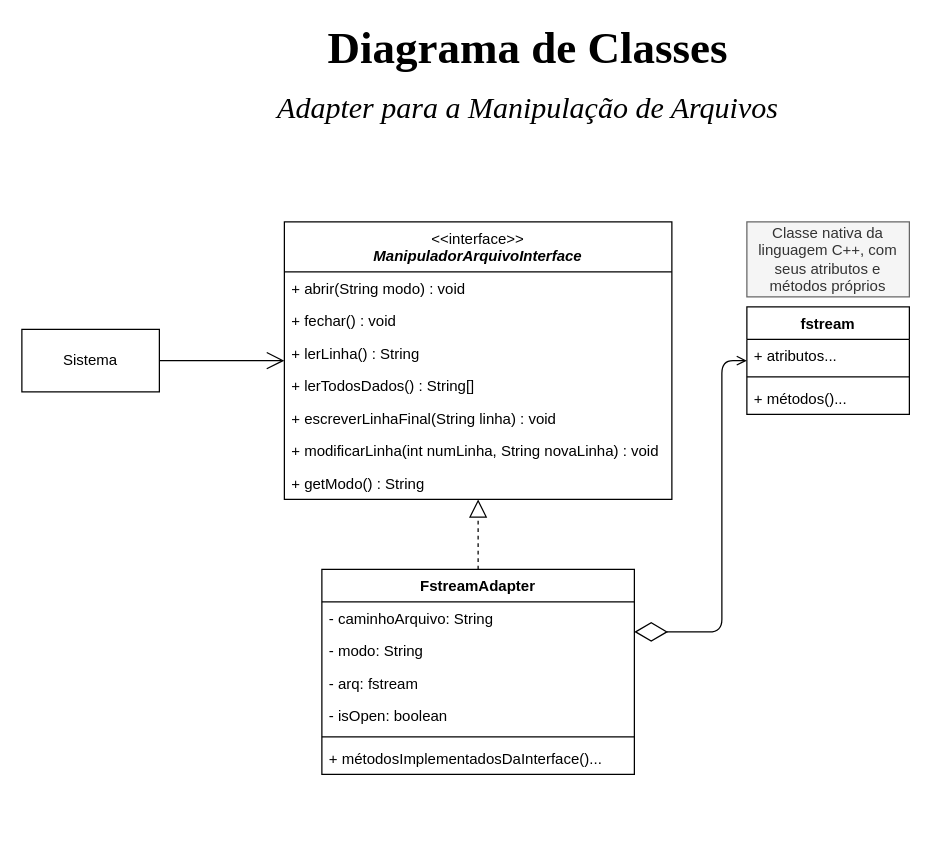
This is documents/diagramas/Classes-ManipuladorArquivo-Adapter.drawio from V1torMiranda/ifpb-biblioteca-comunitaria, a draw.io file, before an edit. Source tidied: cells renumbered, new cells numbered last; positions are measured from the earlier drawing's top-left corner, leaving out a move shared by most shapes. Both pictures are drawn from the tidied source at 125%, with x=0, y=0 at pixel (21, 31).
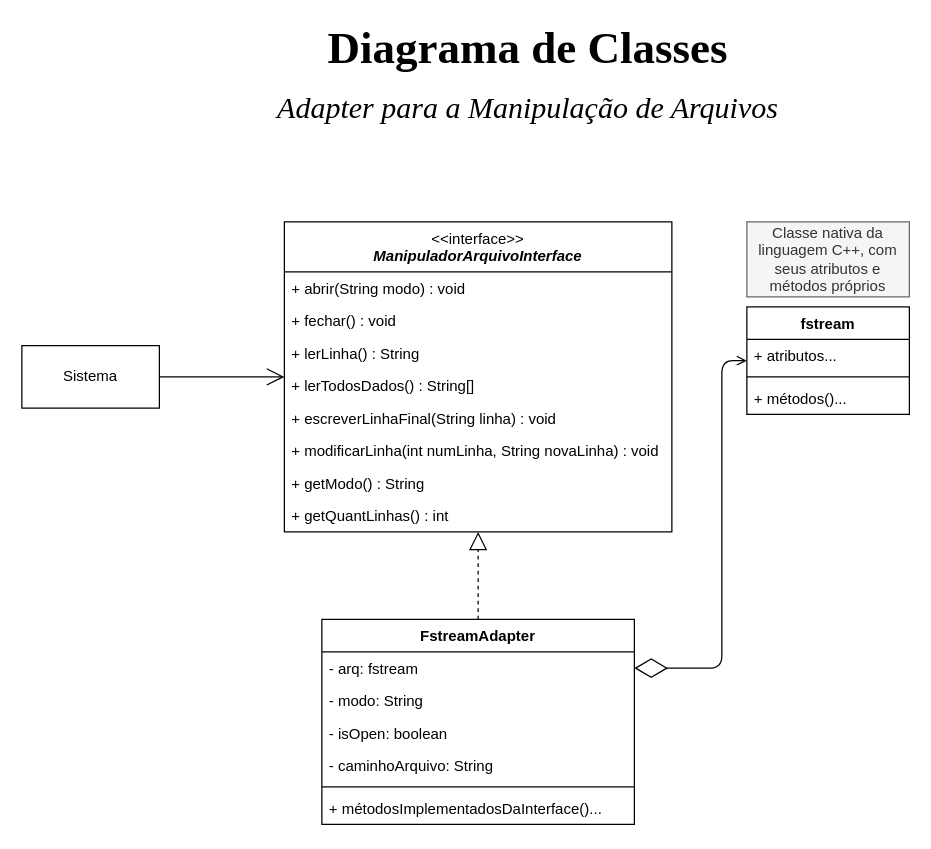
The same diagram, later.

Commit message (it also covers changes not shown here):
Review Adapter

Unchanged cells that the change refers to:
```xml
<mxCell id="21" value="fstream" style="swimlane;fontStyle=1;align=center;verticalAlign=top;horizontal=1;startSize=26;whiteSpace=wrap;html=1;" parent="19" vertex="1">
  <mxGeometry y="68" width="130" height="86" as="geometry" />
</mxCell>
```

Change to the diagram source:
```diff
@@
     <mxCell id="3" value="Sistema" style="html=1;whiteSpace=wrap;" parent="1" vertex="1">
-      <mxGeometry y="238" width="110" height="50" as="geometry" />
+      <mxGeometry y="251" width="110" height="50" as="geometry" />
     </mxCell>
     <mxCell id="4" value="&lt;div&gt;&lt;span style=&quot;font-weight: normal;&quot;&gt;&amp;lt;&amp;lt;interface&amp;gt;&amp;gt;&lt;/span&gt;&lt;/div&gt;&lt;i&gt;ManipuladorArquivoInterface&lt;/i&gt;" style="swimlane;fontStyle=1;align=center;verticalAlign=top;horizontal=1;startSize=40;whiteSpace=wrap;html=1;strokeColor=#000000;" parent="1" vertex="1">
-      <mxGeometry x="210" y="152" width="310" height="222" as="geometry" />
+      <mxGeometry x="210" y="152" width="310" height="248" as="geometry" />
     </mxCell>
@@
+    <mxCell id="28" value="+ getQuantLinhas() : int" style="text;strokeColor=none;fillColor=none;align=left;verticalAlign=top;spacingLeft=4;spacingRight=4;overflow=hidden;whiteSpace=wrap;html=1;" parent="4" vertex="1">
+      <mxGeometry y="222" width="310" height="26" as="geometry" />
+    </mxCell>
     <mxCell id="12" value="FstreamAdapter" style="swimlane;fontStyle=1;align=center;verticalAlign=top;horizontal=1;startSize=26;whiteSpace=wrap;html=1;" parent="1" vertex="1">
-      <mxGeometry x="240" y="430" width="250" height="164" as="geometry" />
+      <mxGeometry x="240" y="470" width="250" height="164" as="geometry" />
     </mxCell>
+    <mxCell id="15" value="- arq: fstream" style="text;strokeColor=none;fillColor=none;align=left;verticalAlign=top;spacingLeft=4;spacingRight=4;overflow=hidden;points=[[0,0.5],[1,0.5]];portConstraint=eastwest;whiteSpace=wrap;html=1;" parent="12" vertex="1">
+      <mxGeometry y="26" width="250" height="26" as="geometry" />
+    </mxCell>
+    <mxCell id="14" value="- modo: String" style="text;strokeColor=none;fillColor=none;align=left;verticalAlign=top;spacingLeft=4;spacingRight=4;overflow=hidden;whiteSpace=wrap;html=1;" parent="12" vertex="1">
+      <mxGeometry y="52" width="250" height="26" as="geometry" />
+    </mxCell>
+    <mxCell id="16" value="- isOpen: boolean" style="text;strokeColor=none;fillColor=none;align=left;verticalAlign=top;spacingLeft=4;spacingRight=4;overflow=hidden;whiteSpace=wrap;html=1;" parent="12" vertex="1">
+      <mxGeometry y="78" width="250" height="26" as="geometry" />
+    </mxCell>
     <mxCell id="13" value="- caminhoArquivo: String" style="text;strokeColor=none;fillColor=none;align=left;verticalAlign=top;spacingLeft=4;spacingRight=4;overflow=hidden;whiteSpace=wrap;html=1;" parent="12" vertex="1">
-      <mxGeometry y="26" width="250" height="26" as="geometry" />
+      <mxGeometry y="104" width="250" height="26" as="geometry" />
     </mxCell>
-    <mxCell id="14" value="- modo: String" style="text;strokeColor=none;fillColor=none;align=left;verticalAlign=top;spacingLeft=4;spacingRight=4;overflow=hidden;whiteSpace=wrap;html=1;" parent="12" vertex="1">
-      <mxGeometry y="52" width="250" height="26" as="geometry" />
-    </mxCell>
-    <mxCell id="15" value="- arq: fstream" style="text;strokeColor=none;fillColor=none;align=left;verticalAlign=top;spacingLeft=4;spacingRight=4;overflow=hidden;points=[[0,0.5],[1,0.5]];portConstraint=eastwest;whiteSpace=wrap;html=1;" parent="12" vertex="1">
-      <mxGeometry y="78" width="250" height="26" as="geometry" />
-    </mxCell>
-    <mxCell id="16" value="- isOpen: boolean" style="text;strokeColor=none;fillColor=none;align=left;verticalAlign=top;spacingLeft=4;spacingRight=4;overflow=hidden;whiteSpace=wrap;html=1;" parent="12" vertex="1">
-      <mxGeometry y="104" width="250" height="26" as="geometry" />
-    </mxCell>
@@
-    <mxCell id="26" style="endArrow=diamondThin;endFill=0;endSize=24;html=1;startArrow=open;startFill=0;edgeStyle=elbowEdgeStyle;" parent="1" edge="1" source="21" target="12">
+    <mxCell id="26" style="endArrow=diamondThin;endFill=0;endSize=24;html=1;startArrow=open;startFill=0;edgeStyle=elbowEdgeStyle;" parent="1" edge="1" source="21" target="15">
       <mxGeometry relative="1" as="geometry">
         <Array as="points">
           <mxPoint x="560" y="480" />
         </Array>
       </mxGeometry>
     </mxCell>
```
